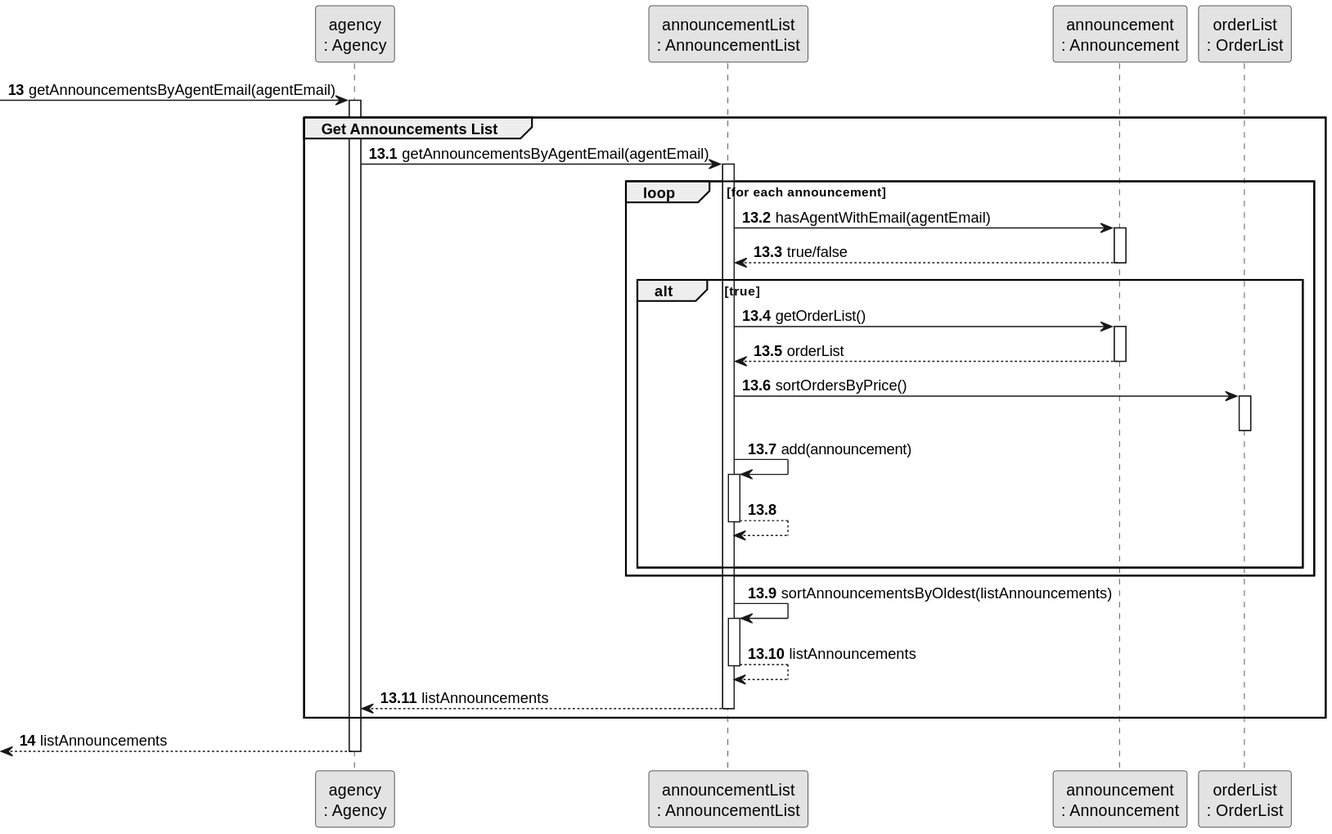
The PlantUML diagram docs/sprintC/us011/03.design/svg/us011-sequence-diagram-partial-get-announcements-list.svg in rita-barbosa/LAPR2-2223, before a commit. Source of this version:
```plantuml
@startuml
skinparam monochrome true
skinparam packageStyle rectangle
skinparam shadowing false


 participant "agency\n: Agency" as AGENCY
 participant "announcementList\n: AnnouncementList" as AnnList
 participant "announcement\n: Announcement" as Announce
 participant "orderList\n: OrderList" as OrderList


autonumber 13
     -> AGENCY: getAnnouncementsByAgentEmail(agentEmail)
     activate AGENCY

group Get Announcements List
autonumber 13.1
     AGENCY -> AnnList : getAnnouncementsByAgentEmail(agentEmail)
     activate AnnList

     loop for each announcement
     AnnList -> Announce : hasAgentWithEmail(agentEmail)
     activate Announce

     Announce --> AnnList : true/false
     deactivate Announce

         alt true
            AnnList -> Announce : getOrderList()
            activate Announce
            Announce --> AnnList: orderList
            deactivate Announce
            AnnList -> OrderList : sortOrdersByPrice()
            activate OrderList
            deactivate OrderList

            AnnList -> AnnList : add(announcement)
            activate AnnList
            AnnList --> AnnList :
            deactivate AnnList
         |||
         end alt
     end loop
     AnnList -> AnnList : sortAnnouncementsByOldest(listAnnouncements)
     activate AnnList
     AnnList --> AnnList: listAnnouncements
     deactivate AnnList

     AnnList --> AGENCY : listAnnouncements
     deactivate AnnList

end group

autonumber 14
      <-- AGENCY : listAnnouncements
     deactivate AGENCY
@enduml
```
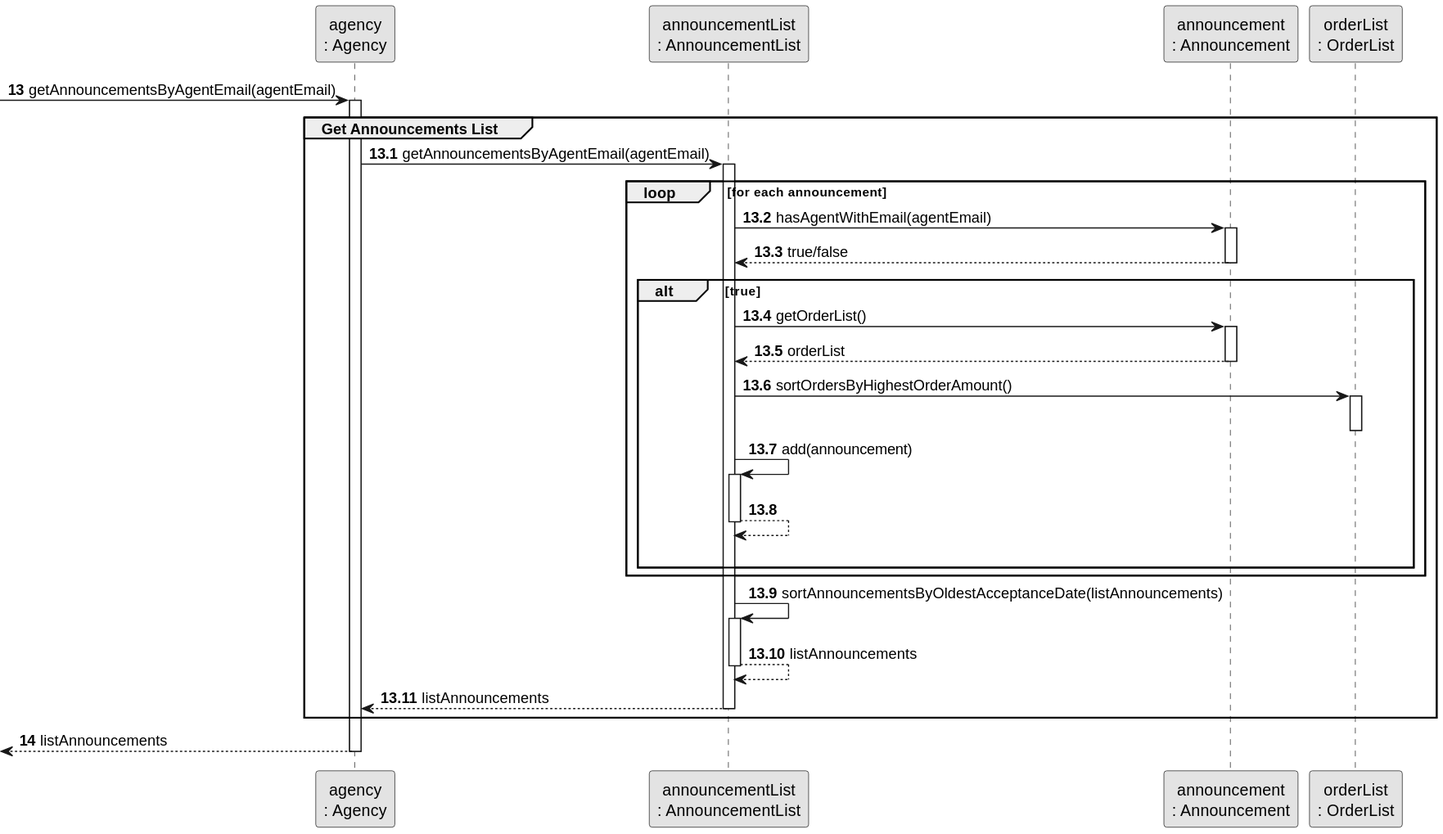
The same file after the commit.

Commit message:
Update sequence and class diagram: renaming methods [US011][Design][#03 & #01 Task|Issue]

Diff of the diagram source:
```diff
@@ -31,7 +31,7 @@
             activate Announce
             Announce --> AnnList: orderList
             deactivate Announce
-            AnnList -> OrderList : sortOrdersByPrice()
+            AnnList -> OrderList : sortOrdersByHighestOrderAmount()
             activate OrderList
             deactivate OrderList
 
@@ -42,7 +42,7 @@
          |||
          end alt
      end loop
-     AnnList -> AnnList : sortAnnouncementsByOldest(listAnnouncements)
+     AnnList -> AnnList : sortAnnouncementsByOldestAcceptanceDate(listAnnouncements)
      activate AnnList
      AnnList --> AnnList: listAnnouncements
      deactivate AnnList
```
